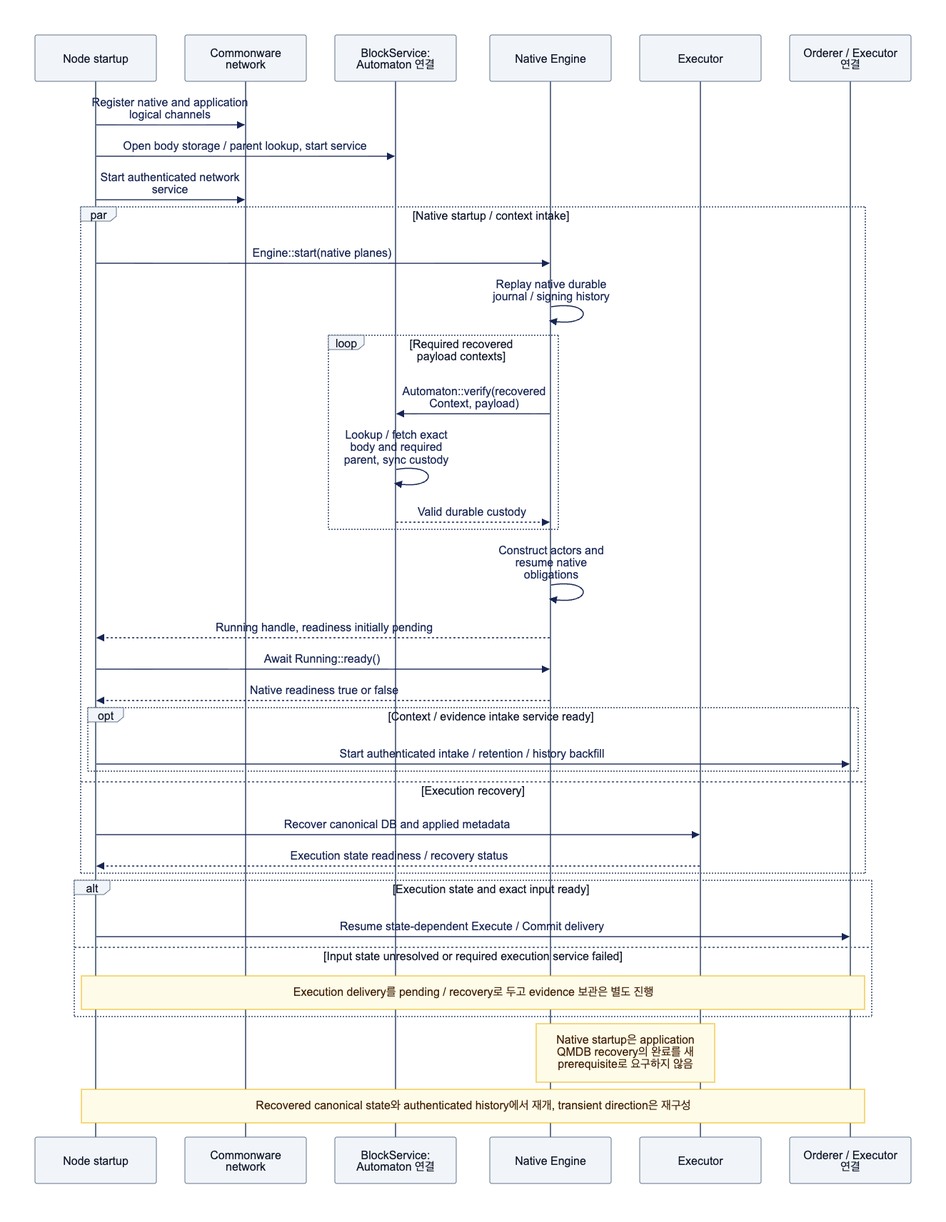
Before: docs/assets/diagrams/diagram-13.png, a diagram exported from Mermaid (djm07073/baton-research). Its source is kept beside it as docs/assets/diagrams/diagram-13.mmd.
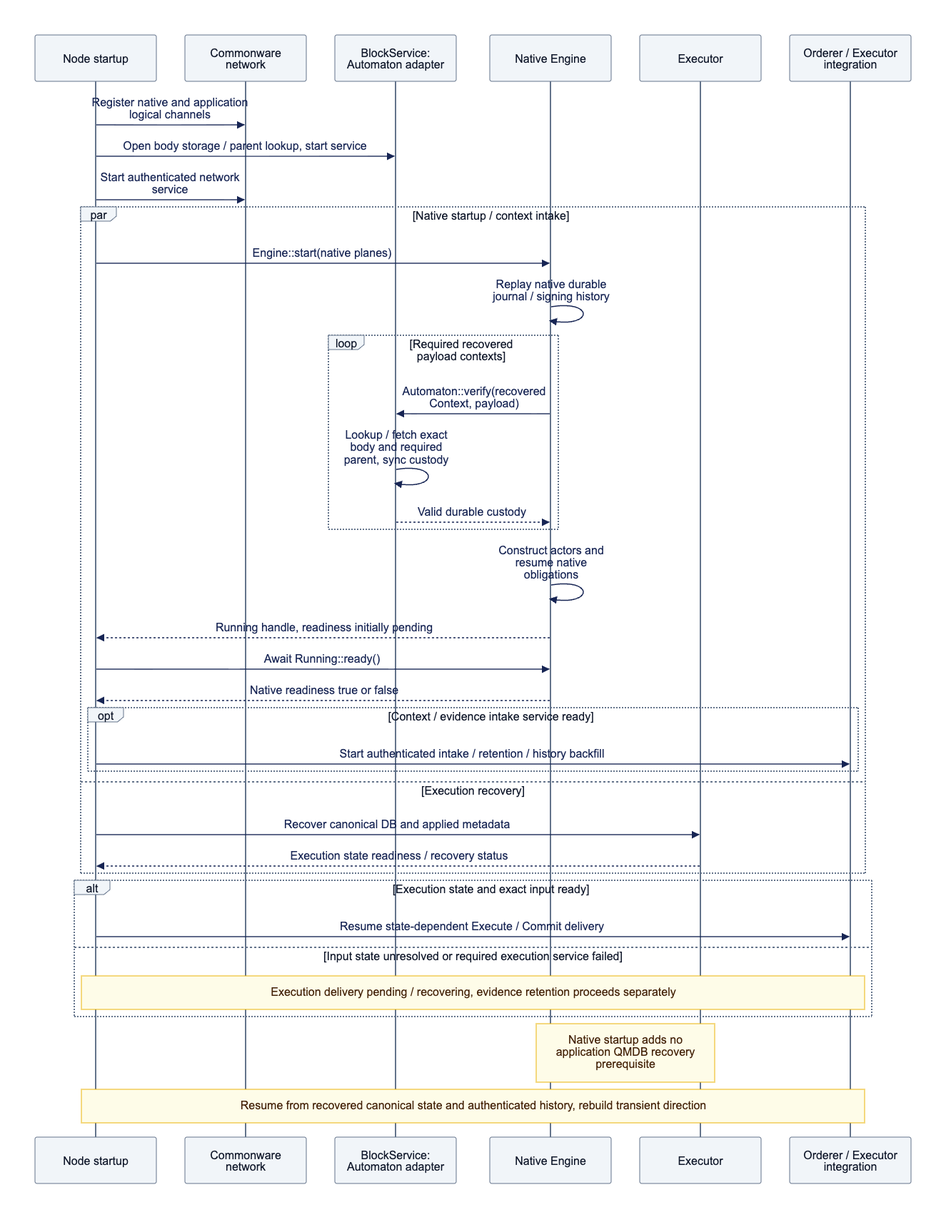
The same file after the commit.

The edit, as a diff of the source:
```diff
@@ -1,10 +1,10 @@
 sequenceDiagram
     participant S as Node startup
     participant W as Commonware network
-    participant A as BlockService: Automaton 연결
+    participant A as BlockService: Automaton adapter
     participant N as Native Engine
     participant E as Executor
-    participant B as Orderer / Executor 연결
+    participant B as Orderer / Executor integration
     S->>W: Register native and application logical channels
     S->>A: Open body storage / parent lookup, start service
     S->>W: Start authenticated network service
@@ -30,7 +30,7 @@
     alt Execution state and exact input ready
         S->>B: Resume state-dependent Execute / Commit delivery
     else Input state unresolved or required execution service failed
-        Note over S,B: Execution delivery를 pending / recovery로 두고 evidence 보관은 별도 진행
+        Note over S,B: Execution delivery pending / recovering, evidence retention proceeds separately
     end
-    Note over N,E: Native startup은 application QMDB recovery의 완료를 새 prerequisite로 요구하지 않음
-    Note over S,B: Recovered canonical state와 authenticated history에서 재개, transient direction은 재구성
+    Note over N,E: Native startup adds no application QMDB recovery prerequisite
+    Note over S,B: Resume from recovered canonical state and authenticated history, rebuild transient direction
```
